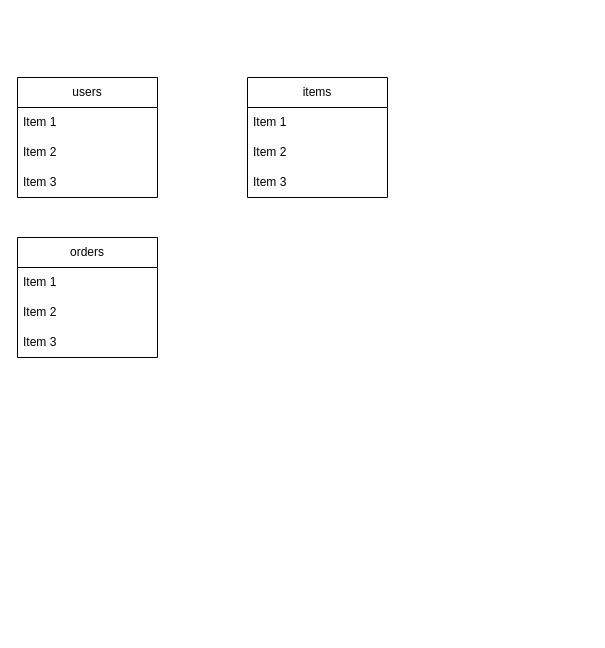
Earlier version of the draw.io diagram test.dio (souta71/furima-40113). Source tidied: cells renumbered, new cells numbered last; positions are measured from the earlier drawing's top-left corner, leaving out a move shared by most shapes. Both pictures are drawn from the tidied source at 100%, with x=0, y=0 at pixel (17, 77).
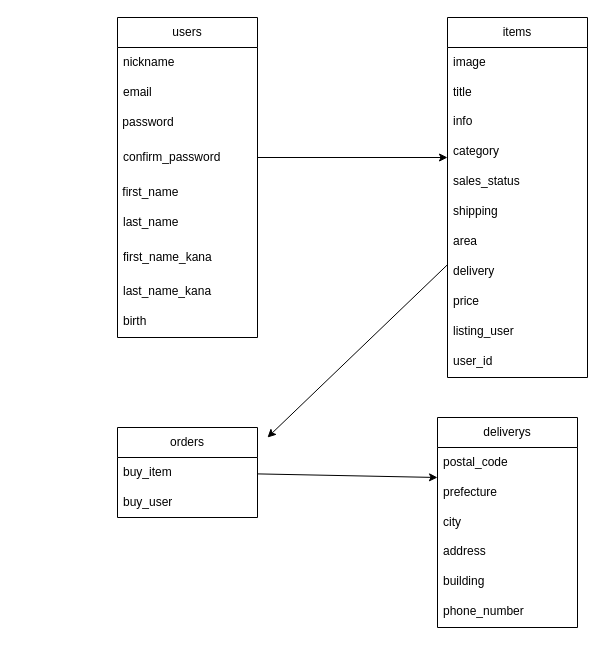
The same diagram, later.

The edit, as a diff of the source:
```diff
@@
     <mxCell id="2" value="users" style="swimlane;fontStyle=0;horizontal=1;startSize=30;whiteSpace=wrap;html=1;" parent="1" vertex="1">
-      <mxGeometry width="140" height="120" as="geometry" />
+      <mxGeometry x="100" y="-60" width="140" height="320" as="geometry" />
     </mxCell>
-    <mxCell id="3" value="Item 1" style="text;strokeColor=none;fillColor=none;align=left;verticalAlign=middle;spacingLeft=4;spacingRight=4;overflow=hidden;whiteSpace=wrap;html=1;" parent="2" vertex="1">
+    <mxCell id="3" value="nickname" style="text;strokeColor=none;fillColor=none;align=left;verticalAlign=middle;spacingLeft=4;spacingRight=4;overflow=hidden;whiteSpace=wrap;html=1;" parent="2" vertex="1">
       <mxGeometry y="30" width="140" height="30" as="geometry" />
     </mxCell>
-    <mxCell id="4" value="Item 2" style="text;strokeColor=none;fillColor=none;align=left;verticalAlign=middle;spacingLeft=4;spacingRight=4;overflow=hidden;whiteSpace=wrap;html=1;" parent="2" vertex="1">
+    <mxCell id="4" value="email" style="text;strokeColor=none;fillColor=none;align=left;verticalAlign=middle;spacingLeft=4;spacingRight=4;overflow=hidden;whiteSpace=wrap;html=1;" parent="2" vertex="1">
       <mxGeometry y="60" width="140" height="30" as="geometry" />
     </mxCell>
+    <mxCell id="14" value="&amp;nbsp;password" style="text;html=1;align=left;verticalAlign=middle;strokeColor=none;fillColor=none;" parent="2" vertex="1">
+      <mxGeometry y="90" width="140" height="30" as="geometry" />
+    </mxCell>
+    <mxCell id="15" value="confirm_password&amp;nbsp;" style="text;strokeColor=none;fillColor=none;align=left;verticalAlign=middle;spacingLeft=4;spacingRight=4;overflow=hidden;points=[[0,0.5],[1,0.5]];portConstraint=eastwest;whiteSpace=wrap;html=1;shadow=0;" parent="2" vertex="1">
+      <mxGeometry y="120" width="140" height="40" as="geometry" />
+    </mxCell>
+    <mxCell id="16" value="&amp;nbsp;first_name" style="text;html=1;align=left;verticalAlign=middle;strokeColor=none;fillColor=none;" parent="2" vertex="1">
+      <mxGeometry y="160" width="140" height="30" as="geometry" />
+    </mxCell>
+    <mxCell id="17" value="last_name" style="text;strokeColor=none;fillColor=none;align=left;verticalAlign=middle;spacingLeft=4;spacingRight=4;overflow=hidden;whiteSpace=wrap;html=1;shadow=0;" parent="2" vertex="1">
+      <mxGeometry y="190" width="140" height="30" as="geometry" />
+    </mxCell>
-    <mxCell id="5" value="Item 3" style="text;strokeColor=none;fillColor=none;align=left;verticalAlign=middle;spacingLeft=4;spacingRight=4;overflow=hidden;whiteSpace=wrap;html=1;" parent="2" vertex="1">
-      <mxGeometry y="90" width="140" height="30" as="geometry" />
+    <mxCell id="5" value="first_name_kana" style="text;strokeColor=none;fillColor=none;align=left;verticalAlign=middle;spacingLeft=4;spacingRight=4;overflow=hidden;whiteSpace=wrap;html=1;shadow=0;" parent="2" vertex="1">
+      <mxGeometry y="220" width="140" height="40" as="geometry" />
     </mxCell>
+    <mxCell id="18" value="last_name_kana" style="text;strokeColor=none;fillColor=none;spacingLeft=4;spacingRight=4;overflow=hidden;fontSize=12;" parent="2" vertex="1">
+      <mxGeometry y="260" width="140" height="30" as="geometry" />
+    </mxCell>
+    <mxCell id="19" value="birth" style="text;strokeColor=none;fillColor=none;spacingLeft=4;spacingRight=4;overflow=hidden;fontSize=12;" parent="2" vertex="1">
+      <mxGeometry y="290" width="140" height="30" as="geometry" />
+    </mxCell>
+    <mxCell id="20" style="edgeStyle=none;html=1;" parent="1" edge="1" source="6">
+      <mxGeometry relative="1" as="geometry">
+        <mxPoint x="250" y="360" as="targetPoint" />
+      </mxGeometry>
+    </mxCell>
     <mxCell id="6" value="items" style="swimlane;fontStyle=0;horizontal=1;startSize=30;whiteSpace=wrap;html=1;" parent="1" vertex="1">
-      <mxGeometry x="230" width="140" height="120" as="geometry" />
+      <mxGeometry x="430" y="-60" width="140" height="360" as="geometry" />
     </mxCell>
-    <mxCell id="7" value="Item 1" style="text;strokeColor=none;fillColor=none;align=left;verticalAlign=middle;spacingLeft=4;spacingRight=4;overflow=hidden;whiteSpace=wrap;html=1;" parent="6" vertex="1">
+    <mxCell id="7" value="image" style="text;strokeColor=none;fillColor=none;align=left;verticalAlign=middle;spacingLeft=4;spacingRight=4;overflow=hidden;whiteSpace=wrap;html=1;" parent="6" vertex="1">
       <mxGeometry y="30" width="140" height="30" as="geometry" />
     </mxCell>
-    <mxCell id="8" value="Item 2" style="text;strokeColor=none;fillColor=none;align=left;verticalAlign=middle;spacingLeft=4;spacingRight=4;overflow=hidden;whiteSpace=wrap;html=1;" parent="6" vertex="1">
+    <mxCell id="8" value="title" style="text;strokeColor=none;fillColor=none;align=left;verticalAlign=middle;spacingLeft=4;spacingRight=4;overflow=hidden;whiteSpace=wrap;html=1;" parent="6" vertex="1">
       <mxGeometry y="60" width="140" height="30" as="geometry" />
     </mxCell>
-    <mxCell id="9" value="Item 3" style="text;strokeColor=none;fillColor=none;align=left;verticalAlign=middle;spacingLeft=4;spacingRight=4;overflow=hidden;whiteSpace=wrap;html=1;" parent="6" vertex="1">
-      <mxGeometry y="90" width="140" height="30" as="geometry" />
-    </mxCell>
+    <mxCell id="21" value="info" style="text;strokeColor=none;fillColor=none;spacingLeft=4;spacingRight=4;overflow=hidden;fontSize=12;shadow=0;labelBackgroundColor=none;" parent="6" vertex="1">
+      <mxGeometry y="90" width="140" height="30" as="geometry" />
+    </mxCell>
+    <mxCell id="22" value="category" style="text;strokeColor=none;fillColor=none;spacingLeft=4;spacingRight=4;overflow=hidden;fontSize=12;shadow=0;labelBackgroundColor=none;" parent="6" vertex="1">
+      <mxGeometry y="120" width="140" height="30" as="geometry" />
+    </mxCell>
+    <mxCell id="23" value="sales_status&#10;" style="text;strokeColor=none;fillColor=none;spacingLeft=4;spacingRight=4;overflow=hidden;fontSize=12;shadow=0;labelBackgroundColor=none;" parent="6" vertex="1">
+      <mxGeometry y="150" width="140" height="30" as="geometry" />
+    </mxCell>
+    <mxCell id="24" value="shipping" style="text;strokeColor=none;fillColor=none;spacingLeft=4;spacingRight=4;overflow=hidden;fontSize=12;shadow=0;labelBackgroundColor=none;" parent="6" vertex="1">
+      <mxGeometry y="180" width="140" height="30" as="geometry" />
+    </mxCell>
+    <mxCell id="25" value="area" style="text;strokeColor=none;fillColor=none;spacingLeft=4;spacingRight=4;overflow=hidden;fontSize=12;" parent="6" vertex="1">
+      <mxGeometry y="210" width="140" height="30" as="geometry" />
+    </mxCell>
+    <mxCell id="26" value="delivery" style="text;strokeColor=none;fillColor=none;spacingLeft=4;spacingRight=4;overflow=hidden;fontSize=12;" parent="6" vertex="1">
+      <mxGeometry y="240" width="140" height="30" as="geometry" />
+    </mxCell>
+    <mxCell id="27" value="price&#10;" style="text;strokeColor=none;fillColor=none;spacingLeft=4;spacingRight=4;overflow=hidden;fontSize=12;" parent="6" vertex="1">
+      <mxGeometry y="270" width="140" height="30" as="geometry" />
+    </mxCell>
+    <mxCell id="28" value="listing_user" style="text;strokeColor=none;fillColor=none;spacingLeft=4;spacingRight=4;overflow=hidden;fontSize=12;" parent="6" vertex="1">
+      <mxGeometry y="300" width="140" height="30" as="geometry" />
+    </mxCell>
+    <mxCell id="29" value="user_id" style="text;strokeColor=none;fillColor=none;spacingLeft=4;spacingRight=4;overflow=hidden;fontSize=12;" parent="6" vertex="1">
+      <mxGeometry y="330" width="140" height="30" as="geometry" />
+    </mxCell>
+    <mxCell id="30" style="edgeStyle=none;html=1;" parent="1" edge="1" source="10">
+      <mxGeometry relative="1" as="geometry">
+        <mxPoint x="420" y="400" as="targetPoint" />
+      </mxGeometry>
+    </mxCell>
     <mxCell id="10" value="orders" style="swimlane;fontStyle=0;horizontal=1;startSize=30;whiteSpace=wrap;html=1;" parent="1" vertex="1">
-      <mxGeometry y="160" width="140" height="120" as="geometry" />
+      <mxGeometry x="100" y="350" width="140" height="90" as="geometry" />
     </mxCell>
-    <mxCell id="11" value="Item 1" style="text;strokeColor=none;fillColor=none;align=left;verticalAlign=middle;spacingLeft=4;spacingRight=4;overflow=hidden;whiteSpace=wrap;html=1;" parent="10" vertex="1">
+    <mxCell id="11" value="buy_item" style="text;strokeColor=none;fillColor=none;align=left;verticalAlign=middle;spacingLeft=4;spacingRight=4;overflow=hidden;whiteSpace=wrap;html=1;" parent="10" vertex="1">
       <mxGeometry y="30" width="140" height="30" as="geometry" />
     </mxCell>
-    <mxCell id="12" value="Item 2" style="text;strokeColor=none;fillColor=none;align=left;verticalAlign=middle;spacingLeft=4;spacingRight=4;overflow=hidden;whiteSpace=wrap;html=1;" parent="10" vertex="1">
+    <mxCell id="12" value="buy_user" style="text;strokeColor=none;fillColor=none;align=left;verticalAlign=middle;spacingLeft=4;spacingRight=4;overflow=hidden;whiteSpace=wrap;html=1;" parent="10" vertex="1">
       <mxGeometry y="60" width="140" height="30" as="geometry" />
     </mxCell>
-    <mxCell id="13" value="Item 3" style="text;strokeColor=none;fillColor=none;align=left;verticalAlign=middle;spacingLeft=4;spacingRight=4;overflow=hidden;whiteSpace=wrap;html=1;" parent="10" vertex="1">
-      <mxGeometry y="90" width="140" height="30" as="geometry" />
-    </mxCell>
+    <mxCell id="31" value="deliverys" style="swimlane;fontStyle=0;horizontal=1;startSize=30;whiteSpace=wrap;html=1;" parent="1" vertex="1">
+      <mxGeometry x="420" y="340" width="140" height="210" as="geometry" />
+    </mxCell>
+    <mxCell id="32" value="postal_code" style="text;strokeColor=none;fillColor=none;align=left;verticalAlign=middle;spacingLeft=4;spacingRight=4;overflow=hidden;whiteSpace=wrap;html=1;" parent="31" vertex="1">
+      <mxGeometry y="30" width="140" height="30" as="geometry" />
+    </mxCell>
+    <mxCell id="33" value="prefecture" style="text;strokeColor=none;fillColor=none;align=left;verticalAlign=middle;spacingLeft=4;spacingRight=4;overflow=hidden;whiteSpace=wrap;html=1;" parent="31" vertex="1">
+      <mxGeometry y="60" width="140" height="30" as="geometry" />
+    </mxCell>
+    <mxCell id="34" value="city" style="text;strokeColor=none;fillColor=none;align=left;verticalAlign=middle;spacingLeft=4;spacingRight=4;overflow=hidden;whiteSpace=wrap;html=1;" parent="31" vertex="1">
+      <mxGeometry y="90" width="140" height="30" as="geometry" />
+    </mxCell>
+    <mxCell id="35" value="address" style="text;strokeColor=none;fillColor=none;spacingLeft=4;spacingRight=4;overflow=hidden;fontSize=12;" parent="31" vertex="1">
+      <mxGeometry y="120" width="140" height="30" as="geometry" />
+    </mxCell>
+    <mxCell id="36" value="building" style="text;strokeColor=none;fillColor=none;spacingLeft=4;spacingRight=4;overflow=hidden;fontSize=12;" parent="31" vertex="1">
+      <mxGeometry y="150" width="140" height="30" as="geometry" />
+    </mxCell>
+    <mxCell id="37" value="phone_number" style="text;strokeColor=none;fillColor=none;spacingLeft=4;spacingRight=4;overflow=hidden;fontSize=12;" parent="31" vertex="1">
+      <mxGeometry y="180" width="140" height="30" as="geometry" />
+    </mxCell>
+    <mxCell id="38" style="edgeStyle=none;html=1;" parent="1" edge="1">
+      <mxGeometry relative="1" as="geometry">
+        <mxPoint x="170" y="510" as="sourcePoint" />
+        <mxPoint x="170" y="510" as="targetPoint" />
+      </mxGeometry>
+    </mxCell>
+    <mxCell id="39" style="edgeStyle=none;html=1;" parent="1" edge="1" source="15">
+      <mxGeometry relative="1" as="geometry">
+        <mxPoint x="430" y="80" as="targetPoint" />
+      </mxGeometry>
+    </mxCell>
```
